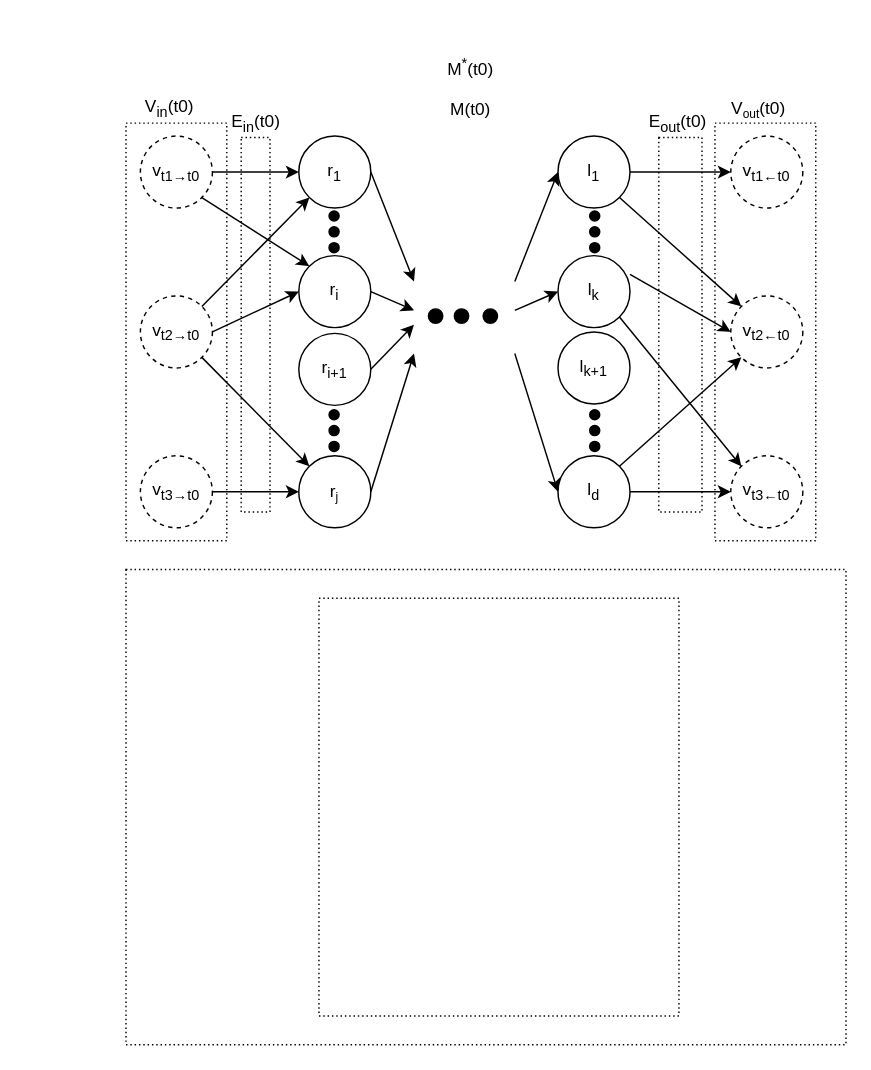
josura/c2c-sepia keeps this draw.io diagram as docs/sepia-visualTheory.drawio. Above is the earlier version. Source tidied: cells renumbered, new cells numbered last; positions are measured from the earlier drawing's top-left corner, leaving out a move shared by most shapes. Both pictures are drawn from the tidied source at 144%, with x=0, y=0 at pixel (125, 45).
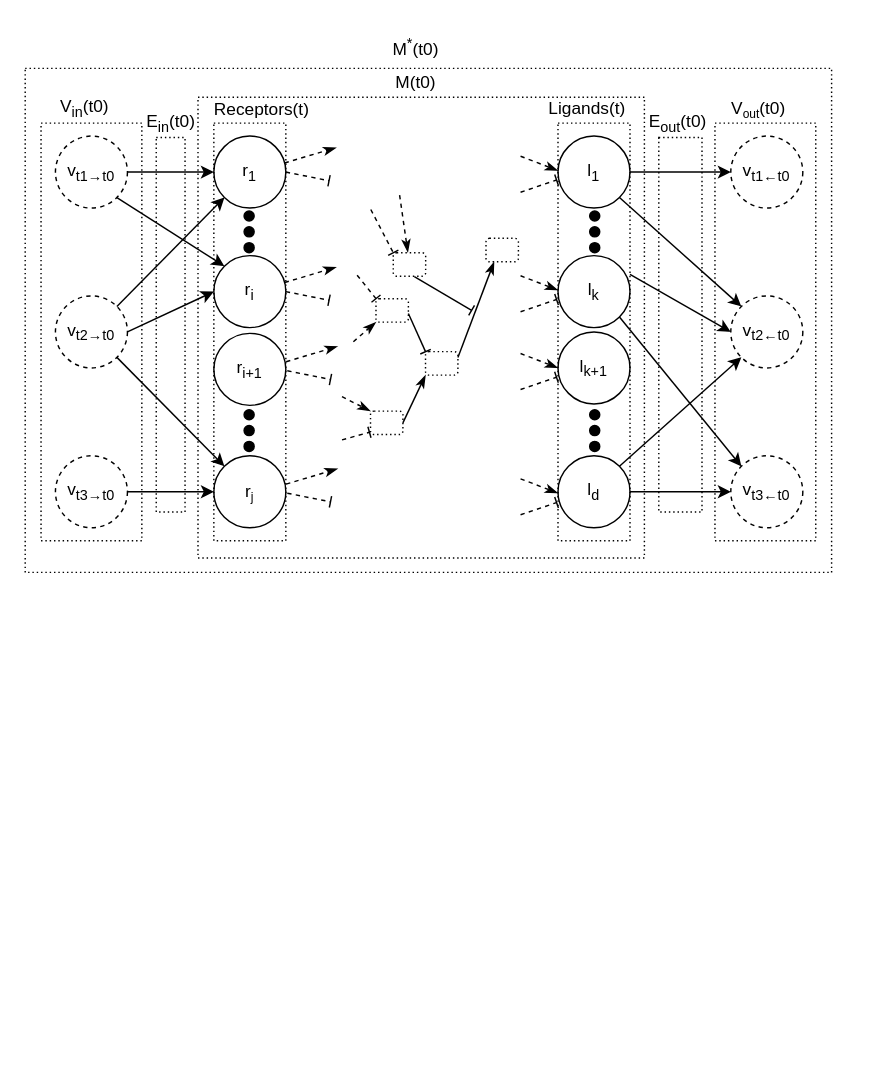
Above is the later version.

Unchanged cells that the change refers to:
```xml
<mxCell id="18" value="l&lt;sub&gt;k&lt;/sub&gt;" style="ellipse;whiteSpace=wrap;html=1;fillColor=none;" parent="1" vertex="1">
  <mxGeometry x="300" y="146" width="50" height="50" as="geometry" />
</mxCell>
<mxCell id="32" value="l&lt;sub&gt;1&lt;/sub&gt;" style="ellipse;whiteSpace=wrap;html=1;fillColor=none;" parent="1" vertex="1">
  <mxGeometry x="300" y="63" width="50" height="50" as="geometry" />
</mxCell>
<mxCell id="36" value="l&lt;sub&gt;d&lt;/sub&gt;" style="ellipse;whiteSpace=wrap;html=1;fillColor=none;" parent="1" vertex="1">
  <mxGeometry x="300" y="285" width="50" height="50" as="geometry" />
</mxCell>
<mxCell id="61" value="l&lt;sub&gt;k+1&lt;/sub&gt;" style="ellipse;whiteSpace=wrap;html=1;fillColor=none;" parent="1" vertex="1">
  <mxGeometry x="300" y="199" width="50" height="50" as="geometry" />
</mxCell>
```

The edit, as a diff of the source:
```diff
@@
+    <mxCell id="62" style="rounded=0;whiteSpace=wrap;html=1;fillColor=none;dashed=1;dashPattern=1 2;" parent="1" vertex="1">
+      <mxGeometry x="300" y="54" width="50" height="290" as="geometry" />
+    </mxCell>
+    <mxCell id="63" style="rounded=0;whiteSpace=wrap;html=1;fillColor=none;dashed=1;dashPattern=1 2;" parent="1" vertex="1">
+      <mxGeometry x="61" y="54" width="50" height="290" as="geometry" />
+    </mxCell>
     <mxCell id="2" style="rounded=0;whiteSpace=wrap;html=1;fillColor=none;dashed=1;dashPattern=1 2;" parent="1" vertex="1">
-      <mxGeometry y="364" width="500" height="330" as="geometry" />
+      <mxGeometry x="-70" y="16" width="560" height="350" as="geometry" />
     </mxCell>
     <mxCell id="3" style="rounded=0;whiteSpace=wrap;html=1;fillColor=none;dashed=1;dashPattern=1 2;" parent="1" vertex="1">
-      <mxGeometry x="134" y="384" width="250" height="290" as="geometry" />
+      <mxGeometry x="50" y="36" width="310" height="320" as="geometry" />
     </mxCell>
@@
     <mxCell id="5" style="rounded=0;whiteSpace=wrap;html=1;fillColor=none;dashed=1;dashPattern=1 2;" parent="1" vertex="1">
-      <mxGeometry y="54" width="70" height="290" as="geometry" />
+      <mxGeometry x="-59" y="54" width="70" height="290" as="geometry" />
     </mxCell>
@@
     <mxCell id="9" value="v&lt;sub&gt;t2&lt;span style=&quot;font-size: 10px;&quot;&gt;→t0&lt;/span&gt;&lt;/sub&gt;" style="ellipse;whiteSpace=wrap;html=1;fillColor=none;dashed=1;" parent="1" vertex="1">
-      <mxGeometry x="10" y="174" width="50" height="50" as="geometry" />
+      <mxGeometry x="-49" y="174" width="50" height="50" as="geometry" />
     </mxCell>
-    <mxCell id="10" style="edgeStyle=none;rounded=0;jettySize=auto;html=1;exitX=1;exitY=0.5;exitDx=0;exitDy=0;" parent="1" edge="1" source="11">
-      <mxGeometry relative="1" as="geometry">
-        <mxPoint x="200" y="184" as="targetPoint" />
-      </mxGeometry>
-    </mxCell>
     <mxCell id="11" value="r&lt;sub&gt;i&lt;/sub&gt;" style="ellipse;whiteSpace=wrap;html=1;fillColor=none;" parent="1" vertex="1">
-      <mxGeometry x="120" y="146" width="50" height="50" as="geometry" />
+      <mxGeometry x="61" y="146" width="50" height="50" as="geometry" />
     </mxCell>
@@
-    <mxCell id="13" style="ellipse;whiteSpace=wrap;html=1;fillColor=#000000;" parent="1" vertex="1">
-      <mxGeometry x="210" y="183" width="10" height="10" as="geometry" />
-    </mxCell>
-    <mxCell id="14" style="ellipse;whiteSpace=wrap;html=1;fillColor=#000000;" parent="1" vertex="1">
-      <mxGeometry x="228" y="183" width="10" height="10" as="geometry" />
-    </mxCell>
-    <mxCell id="15" style="ellipse;whiteSpace=wrap;html=1;fillColor=#000000;" parent="1" vertex="1">
-      <mxGeometry x="248" y="183" width="10" height="10" as="geometry" />
-    </mxCell>
@@
-    <mxCell id="19" style="edgeStyle=none;rounded=0;jettySize=auto;html=1;entryX=0;entryY=0.5;entryDx=0;entryDy=0;" parent="1" edge="1" target="18">
-      <mxGeometry relative="1" as="geometry">
-        <mxPoint x="270" y="184" as="sourcePoint" />
-      </mxGeometry>
-    </mxCell>
@@
     <mxCell id="22" value="&lt;span style=&quot;font-size: 12px;&quot;&gt;v&lt;/span&gt;&lt;sub&gt;t1&lt;span style=&quot;font-size: 10px;&quot;&gt;→t0&lt;/span&gt;&lt;/sub&gt;" style="ellipse;whiteSpace=wrap;html=1;fillColor=none;dashed=1;" parent="1" vertex="1">
-      <mxGeometry x="10" y="63" width="50" height="50" as="geometry" />
+      <mxGeometry x="-49" y="63" width="50" height="50" as="geometry" />
     </mxCell>
-    <mxCell id="23" style="edgeStyle=none;rounded=0;jettySize=auto;html=1;exitX=1;exitY=0.5;exitDx=0;exitDy=0;" parent="1" edge="1" source="24">
-      <mxGeometry relative="1" as="geometry">
-        <mxPoint x="200" y="164" as="targetPoint" />
-      </mxGeometry>
-    </mxCell>
     <mxCell id="24" value="r&lt;sub&gt;1&lt;/sub&gt;" style="ellipse;whiteSpace=wrap;html=1;fillColor=none;" parent="1" vertex="1">
-      <mxGeometry x="120" y="63" width="50" height="50" as="geometry" />
+      <mxGeometry x="61" y="63" width="50" height="50" as="geometry" />
     </mxCell>
@@
     <mxCell id="26" value="v&lt;sub&gt;t3&lt;span style=&quot;font-size: 10px;&quot;&gt;→t0&lt;/span&gt;&lt;/sub&gt;" style="ellipse;whiteSpace=wrap;html=1;fillColor=none;dashed=1;" parent="1" vertex="1">
-      <mxGeometry x="10" y="285" width="50" height="50" as="geometry" />
+      <mxGeometry x="-49" y="285" width="50" height="50" as="geometry" />
     </mxCell>
-    <mxCell id="27" style="edgeStyle=none;rounded=0;jettySize=auto;html=1;exitX=1;exitY=0.5;exitDx=0;exitDy=0;" parent="1" edge="1" source="28">
-      <mxGeometry relative="1" as="geometry">
-        <mxPoint x="200" y="214" as="targetPoint" />
-      </mxGeometry>
-    </mxCell>
     <mxCell id="28" value="r&lt;span style=&quot;font-size: 10px;&quot;&gt;&lt;sub&gt;j&lt;/sub&gt;&lt;/span&gt;" style="ellipse;whiteSpace=wrap;html=1;fillColor=none;" parent="1" vertex="1">
-      <mxGeometry x="120" y="285" width="50" height="50" as="geometry" />
+      <mxGeometry x="61" y="285" width="50" height="50" as="geometry" />
     </mxCell>
@@
-    <mxCell id="37" style="edgeStyle=none;rounded=0;jettySize=auto;html=1;entryX=0;entryY=0.5;entryDx=0;entryDy=0;" parent="1" edge="1" target="36">
-      <mxGeometry relative="1" as="geometry">
-        <mxPoint x="270" y="214" as="sourcePoint" />
-      </mxGeometry>
-    </mxCell>
-    <mxCell id="38" style="edgeStyle=none;rounded=0;jettySize=auto;html=1;entryX=0;entryY=0.5;entryDx=0;entryDy=0;" parent="1" edge="1" target="32">
-      <mxGeometry relative="1" as="geometry">
-        <mxPoint x="270" y="164" as="sourcePoint" />
-      </mxGeometry>
-    </mxCell>
     <mxCell id="39" value="V&lt;sub&gt;in&lt;/sub&gt;(t0)" style="text;html=1;align=center;verticalAlign=middle;strokeColor=none;fillColor=none;" parent="1" vertex="1">
-      <mxGeometry y="29" width="60" height="30" as="geometry" />
+      <mxGeometry x="-59" y="29" width="60" height="30" as="geometry" />
     </mxCell>
@@
-    <mxCell id="41" value="M(t0)" style="text;html=1;align=center;verticalAlign=middle;strokeColor=none;fillColor=none;" parent="1" vertex="1">
-      <mxGeometry x="214" y="30" width="50" height="30" as="geometry" />
+    <mxCell id="41" value="M(t0)" style="text;html=1;align=center;verticalAlign=middle;strokeColor=none;fillColor=none;rotation=0;" parent="1" vertex="1">
+      <mxGeometry x="176" y="11" width="50" height="30" as="geometry" />
     </mxCell>
     <mxCell id="42" value="E&lt;sub&gt;in&lt;/sub&gt;(t0)" style="text;html=1;align=center;verticalAlign=middle;strokeColor=none;fillColor=none;" parent="1" vertex="1">
-      <mxGeometry x="60" y="39" width="60" height="30" as="geometry" />
+      <mxGeometry x="1" y="39" width="60" height="30" as="geometry" />
     </mxCell>
@@
     <mxCell id="44" value="M&lt;sup&gt;*&lt;/sup&gt;(t0)" style="text;html=1;align=center;verticalAlign=middle;strokeColor=none;fillColor=none;" parent="1" vertex="1">
-      <mxGeometry x="209" width="60" height="30" as="geometry" />
+      <mxGeometry x="171" y="-14" width="60" height="30" as="geometry" />
     </mxCell>
     <mxCell id="45" style="rounded=0;whiteSpace=wrap;html=1;fillColor=none;dashed=1;dashPattern=1 2;" parent="1" vertex="1">
-      <mxGeometry x="80" y="64" width="20" height="260" as="geometry" />
+      <mxGeometry x="21" y="64" width="20" height="260" as="geometry" />
     </mxCell>
@@
     <mxCell id="47" style="ellipse;whiteSpace=wrap;html=1;fillColor=#000000;rotation=90;" parent="1" vertex="1">
-      <mxGeometry x="141" y="115" width="7" height="7" as="geometry" />
+      <mxGeometry x="82" y="115" width="7" height="7" as="geometry" />
     </mxCell>
     <mxCell id="48" style="ellipse;whiteSpace=wrap;html=1;fillColor=#000000;rotation=90;" parent="1" vertex="1">
-      <mxGeometry x="141" y="126" width="7" height="7" as="geometry" />
+      <mxGeometry x="82" y="126" width="7" height="7" as="geometry" />
     </mxCell>
     <mxCell id="49" style="ellipse;whiteSpace=wrap;html=1;fillColor=#000000;rotation=90;" parent="1" vertex="1">
-      <mxGeometry x="141" y="137" width="7" height="7" as="geometry" />
+      <mxGeometry x="82" y="137" width="7" height="7" as="geometry" />
     </mxCell>
-    <mxCell id="50" style="edgeStyle=none;rounded=0;jettySize=auto;html=1;exitX=1;exitY=0.5;exitDx=0;exitDy=0;" parent="1" edge="1" source="51">
-      <mxGeometry relative="1" as="geometry">
-        <mxPoint x="200" y="194" as="targetPoint" />
-      </mxGeometry>
-    </mxCell>
     <mxCell id="51" value="r&lt;sub&gt;i+1&lt;/sub&gt;" style="ellipse;whiteSpace=wrap;html=1;fillColor=none;" parent="1" vertex="1">
-      <mxGeometry x="120" y="200" width="50" height="50" as="geometry" />
+      <mxGeometry x="61" y="200" width="50" height="50" as="geometry" />
     </mxCell>
     <mxCell id="52" style="ellipse;whiteSpace=wrap;html=1;fillColor=#000000;rotation=90;" parent="1" vertex="1">
-      <mxGeometry x="141" y="253" width="7" height="7" as="geometry" />
+      <mxGeometry x="82" y="253" width="7" height="7" as="geometry" />
     </mxCell>
     <mxCell id="53" style="ellipse;whiteSpace=wrap;html=1;fillColor=#000000;rotation=90;" parent="1" vertex="1">
-      <mxGeometry x="141" y="264" width="7" height="7" as="geometry" />
+      <mxGeometry x="82" y="264" width="7" height="7" as="geometry" />
     </mxCell>
     <mxCell id="54" style="ellipse;whiteSpace=wrap;html=1;fillColor=#000000;rotation=90;" parent="1" vertex="1">
-      <mxGeometry x="141" y="275" width="7" height="7" as="geometry" />
+      <mxGeometry x="82" y="275" width="7" height="7" as="geometry" />
     </mxCell>
@@
+    <mxCell id="64" value="Receptors(t)" style="text;html=1;align=center;verticalAlign=middle;strokeColor=none;fillColor=none;" parent="1" vertex="1">
+      <mxGeometry x="49" y="30" width="90" height="30" as="geometry" />
+    </mxCell>
+    <mxCell id="65" value="Ligands(t)" style="text;html=1;align=center;verticalAlign=middle;strokeColor=none;fillColor=none;" parent="1" vertex="1">
+      <mxGeometry x="280" y="29" width="80" height="30" as="geometry" />
+    </mxCell>
+    <mxCell id="66" style="group;dashed=1;dashPattern=1 2;fillColor=none;" parent="1" vertex="1">
+      <mxGeometry x="153" y="146" width="116" height="90" as="geometry" />
+    </mxCell>
+    <mxCell id="67" style="edgeStyle=none;rounded=0;jettySize=auto;html=1;exitX=0.65;exitY=1.017;exitDx=0;exitDy=0;endArrow=baseDash;endFill=0;exitPerimeter=0;" parent="66" edge="1" source="79">
+      <mxGeometry relative="1" as="geometry">
+        <mxPoint x="87" y="38" as="targetPoint" />
+      </mxGeometry>
+    </mxCell>
+    <mxCell id="68" style="rounded=1;whiteSpace=wrap;html=1;dashed=1;dashPattern=1 2;fillColor=none;" parent="66" vertex="1">
+      <mxGeometry x="97" y="-12" width="22.5" height="16.3" as="geometry" />
+    </mxCell>
+    <mxCell id="69" style="rounded=1;whiteSpace=wrap;html=1;dashed=1;dashPattern=1 2;fillColor=none;" parent="66" vertex="1">
+      <mxGeometry x="55" y="66.7" width="22.5" height="16.3" as="geometry" />
+    </mxCell>
+    <mxCell id="70" style="edgeStyle=none;rounded=0;jettySize=auto;html=1;exitX=1;exitY=0.25;exitDx=0;exitDy=0;entryX=0.25;entryY=1;entryDx=0;entryDy=0;endArrow=classicThin;endFill=1;" parent="66" edge="1" source="69" target="68">
+      <mxGeometry relative="1" as="geometry" />
+    </mxCell>
+    <mxCell id="71" style="rounded=1;whiteSpace=wrap;html=1;dashed=1;dashPattern=1 2;fillColor=none;" parent="66" vertex="1">
+      <mxGeometry x="20.6" y="29.9" width="22.5" height="16.3" as="geometry" />
+    </mxCell>
+    <mxCell id="72" style="rounded=0;jettySize=auto;html=1;exitX=1;exitY=0.633;exitDx=0;exitDy=0;entryX=0;entryY=0;entryDx=0;entryDy=0;endArrow=baseDash;endFill=0;exitPerimeter=0;" parent="66" edge="1" source="71" target="69">
+      <mxGeometry relative="1" as="geometry" />
+    </mxCell>
+    <mxCell id="73" style="rounded=0;jettySize=auto;html=1;entryX=0;entryY=0;entryDx=0;entryDy=0;endArrow=baseDash;endFill=0;dashed=1;" parent="66" edge="1" target="79">
+      <mxGeometry relative="1" as="geometry">
+        <mxPoint x="17" y="-32" as="sourcePoint" />
+      </mxGeometry>
+    </mxCell>
+    <mxCell id="74" style="rounded=0;jettySize=auto;html=1;entryX=0;entryY=0;entryDx=0;entryDy=0;endArrow=baseDash;endFill=0;dashed=1;" parent="66" edge="1" target="71">
+      <mxGeometry relative="1" as="geometry">
+        <mxPoint x="7.5" y="13.6" as="sourcePoint" />
+      </mxGeometry>
+    </mxCell>
+    <mxCell id="75" style="rounded=0;jettySize=auto;html=1;endArrow=baseDash;endFill=0;dashed=1;entryX=-0.033;entryY=0.9;entryDx=0;entryDy=0;entryPerimeter=0;" parent="66" edge="1" target="96">
+      <mxGeometry relative="1" as="geometry">
+        <mxPoint x="-3" y="128" as="sourcePoint" />
+      </mxGeometry>
+    </mxCell>
+    <mxCell id="76" style="edgeStyle=none;rounded=0;orthogonalLoop=1;jettySize=auto;html=1;exitX=1;exitY=0.5;exitDx=0;exitDy=0;entryX=0;entryY=1;entryDx=0;entryDy=0;endArrow=classicThin;endFill=1;dashed=1;" parent="66" edge="1">
+      <mxGeometry relative="1" as="geometry">
+        <mxPoint x="4.9" y="59.8" as="sourcePoint" />
+        <mxPoint x="20.6" y="46.2" as="targetPoint" />
+      </mxGeometry>
+    </mxCell>
+    <mxCell id="77" style="edgeStyle=none;rounded=0;jettySize=auto;html=1;entryX=0;entryY=0;entryDx=0;entryDy=0;endArrow=classicThin;endFill=1;dashed=1;" parent="66" edge="1" target="96">
+      <mxGeometry relative="1" as="geometry">
+        <mxPoint x="-3" y="98" as="sourcePoint" />
+      </mxGeometry>
+    </mxCell>
+    <mxCell id="78" style="edgeStyle=none;rounded=0;jettySize=auto;html=1;entryX=0.45;entryY=-0.017;entryDx=0;entryDy=0;endArrow=classicThin;endFill=1;dashed=1;entryPerimeter=0;" parent="66" edge="1" target="79">
+      <mxGeometry relative="1" as="geometry">
+        <mxPoint x="37" y="-42" as="sourcePoint" />
+      </mxGeometry>
+    </mxCell>
+    <mxCell id="79" style="rounded=1;whiteSpace=wrap;html=1;dashed=1;dashPattern=1 2;fillColor=none;" parent="66" vertex="1">
+      <mxGeometry x="32.6" y="-2" width="22.5" height="16.3" as="geometry" />
+    </mxCell>
+    <mxCell id="80" style="edgeStyle=none;rounded=0;jettySize=auto;html=1;endArrow=baseDash;endFill=0;dashed=1;exitX=1;exitY=0.5;exitDx=0;exitDy=0;" parent="1" edge="1" source="24">
+      <mxGeometry relative="1" as="geometry">
+        <mxPoint x="141" y="94" as="targetPoint" />
+      </mxGeometry>
+    </mxCell>
+    <mxCell id="81" style="edgeStyle=none;rounded=0;jettySize=auto;html=1;exitX=0.983;exitY=0.373;exitDx=0;exitDy=0;dashed=1;endArrow=classicThin;endFill=1;exitPerimeter=0;" parent="1" edge="1" source="24">
+      <mxGeometry relative="1" as="geometry">
+        <mxPoint x="146" y="71" as="targetPoint" />
+      </mxGeometry>
+    </mxCell>
+    <mxCell id="82" style="edgeStyle=none;rounded=0;orthogonalLoop=1;jettySize=auto;html=1;endArrow=baseDash;endFill=0;dashed=1;exitX=1;exitY=0.5;exitDx=0;exitDy=0;" parent="1" edge="1">
+      <mxGeometry relative="1" as="geometry">
+        <mxPoint x="111" y="171" as="sourcePoint" />
+        <mxPoint x="141" y="177" as="targetPoint" />
+      </mxGeometry>
+    </mxCell>
+    <mxCell id="83" style="edgeStyle=none;rounded=0;orthogonalLoop=1;jettySize=auto;html=1;exitX=0.983;exitY=0.373;exitDx=0;exitDy=0;dashed=1;endArrow=classicThin;endFill=1;exitPerimeter=0;" parent="1" edge="1">
+      <mxGeometry relative="1" as="geometry">
+        <mxPoint x="110.2" y="164.7" as="sourcePoint" />
+        <mxPoint x="146" y="154" as="targetPoint" />
+      </mxGeometry>
+    </mxCell>
+    <mxCell id="84" style="edgeStyle=none;rounded=0;orthogonalLoop=1;jettySize=auto;html=1;endArrow=baseDash;endFill=0;dashed=1;exitX=1;exitY=0.5;exitDx=0;exitDy=0;" parent="1" edge="1">
+      <mxGeometry relative="1" as="geometry">
+        <mxPoint x="112" y="226" as="sourcePoint" />
+        <mxPoint x="142" y="232" as="targetPoint" />
+      </mxGeometry>
+    </mxCell>
+    <mxCell id="85" style="edgeStyle=none;rounded=0;orthogonalLoop=1;jettySize=auto;html=1;exitX=0.983;exitY=0.373;exitDx=0;exitDy=0;dashed=1;endArrow=classicThin;endFill=1;exitPerimeter=0;" parent="1" edge="1">
+      <mxGeometry relative="1" as="geometry">
+        <mxPoint x="111.2" y="219.7" as="sourcePoint" />
+        <mxPoint x="147" y="209" as="targetPoint" />
+      </mxGeometry>
+    </mxCell>
+    <mxCell id="86" style="edgeStyle=none;rounded=0;orthogonalLoop=1;jettySize=auto;html=1;endArrow=baseDash;endFill=0;dashed=1;exitX=1;exitY=0.5;exitDx=0;exitDy=0;" parent="1" edge="1">
+      <mxGeometry relative="1" as="geometry">
+        <mxPoint x="112" y="311" as="sourcePoint" />
+        <mxPoint x="142" y="317" as="targetPoint" />
+      </mxGeometry>
+    </mxCell>
+    <mxCell id="87" style="edgeStyle=none;rounded=0;orthogonalLoop=1;jettySize=auto;html=1;exitX=0.983;exitY=0.373;exitDx=0;exitDy=0;dashed=1;endArrow=classicThin;endFill=1;exitPerimeter=0;" parent="1" edge="1">
+      <mxGeometry relative="1" as="geometry">
+        <mxPoint x="111.2" y="304.7" as="sourcePoint" />
+        <mxPoint x="147" y="294" as="targetPoint" />
+      </mxGeometry>
+    </mxCell>
+    <mxCell id="88" style="edgeStyle=none;rounded=0;jettySize=auto;html=1;endArrow=baseDash;endFill=0;dashed=1;entryX=-0.021;entryY=0.63;entryDx=0;entryDy=0;entryPerimeter=0;" parent="1" edge="1" target="61">
+      <mxGeometry relative="1" as="geometry">
+        <mxPoint x="274" y="239" as="sourcePoint" />
+      </mxGeometry>
+    </mxCell>
+    <mxCell id="89" style="edgeStyle=none;rounded=0;jettySize=auto;html=1;dashed=1;endArrow=classicThin;endFill=1;entryX=0;entryY=0.5;entryDx=0;entryDy=0;" parent="1" edge="1" target="61">
+      <mxGeometry relative="1" as="geometry">
+        <mxPoint x="274" y="214" as="sourcePoint" />
+      </mxGeometry>
+    </mxCell>
+    <mxCell id="90" style="edgeStyle=none;rounded=0;orthogonalLoop=1;jettySize=auto;html=1;endArrow=baseDash;endFill=0;dashed=1;entryX=-0.021;entryY=0.63;entryDx=0;entryDy=0;entryPerimeter=0;" parent="1" edge="1">
+      <mxGeometry relative="1" as="geometry">
+        <mxPoint x="274" y="185" as="sourcePoint" />
+        <mxPoint x="299" y="176.5" as="targetPoint" />
+      </mxGeometry>
+    </mxCell>
+    <mxCell id="91" style="edgeStyle=none;rounded=0;orthogonalLoop=1;jettySize=auto;html=1;dashed=1;endArrow=classicThin;endFill=1;entryX=0;entryY=0.5;entryDx=0;entryDy=0;" parent="1" edge="1">
+      <mxGeometry relative="1" as="geometry">
+        <mxPoint x="274" y="160" as="sourcePoint" />
+        <mxPoint x="300" y="170" as="targetPoint" />
+      </mxGeometry>
+    </mxCell>
+    <mxCell id="92" style="edgeStyle=none;rounded=0;orthogonalLoop=1;jettySize=auto;html=1;endArrow=baseDash;endFill=0;dashed=1;entryX=-0.021;entryY=0.63;entryDx=0;entryDy=0;entryPerimeter=0;" parent="1" edge="1">
+      <mxGeometry relative="1" as="geometry">
+        <mxPoint x="274" y="326" as="sourcePoint" />
+        <mxPoint x="299" y="317.5" as="targetPoint" />
+      </mxGeometry>
+    </mxCell>
+    <mxCell id="93" style="edgeStyle=none;rounded=0;orthogonalLoop=1;jettySize=auto;html=1;dashed=1;endArrow=classicThin;endFill=1;entryX=0;entryY=0.5;entryDx=0;entryDy=0;" parent="1" edge="1">
+      <mxGeometry relative="1" as="geometry">
+        <mxPoint x="274" y="301" as="sourcePoint" />
+        <mxPoint x="300" y="311" as="targetPoint" />
+      </mxGeometry>
+    </mxCell>
+    <mxCell id="94" style="edgeStyle=none;rounded=0;orthogonalLoop=1;jettySize=auto;html=1;endArrow=baseDash;endFill=0;dashed=1;entryX=-0.021;entryY=0.63;entryDx=0;entryDy=0;entryPerimeter=0;" parent="1" edge="1">
+      <mxGeometry relative="1" as="geometry">
+        <mxPoint x="274" y="102" as="sourcePoint" />
+        <mxPoint x="299" y="93.5" as="targetPoint" />
+      </mxGeometry>
+    </mxCell>
+    <mxCell id="95" style="edgeStyle=none;rounded=0;orthogonalLoop=1;jettySize=auto;html=1;dashed=1;endArrow=classicThin;endFill=1;entryX=0;entryY=0.5;entryDx=0;entryDy=0;" parent="1" edge="1">
+      <mxGeometry relative="1" as="geometry">
+        <mxPoint x="274" y="77" as="sourcePoint" />
+        <mxPoint x="300" y="87" as="targetPoint" />
+      </mxGeometry>
+    </mxCell>
+    <mxCell id="96" style="rounded=1;whiteSpace=wrap;html=1;dashed=1;dashPattern=1 2;fillColor=none;" parent="1" vertex="1">
+      <mxGeometry x="169.8" y="254" width="22.5" height="16.3" as="geometry" />
+    </mxCell>
+    <mxCell id="97" style="edgeStyle=none;rounded=0;jettySize=auto;html=1;exitX=1;exitY=0.5;exitDx=0;exitDy=0;entryX=0;entryY=1;entryDx=0;entryDy=0;endArrow=classicThin;endFill=1;" parent="1" edge="1" source="96" target="69">
+      <mxGeometry relative="1" as="geometry" />
+    </mxCell>
```
